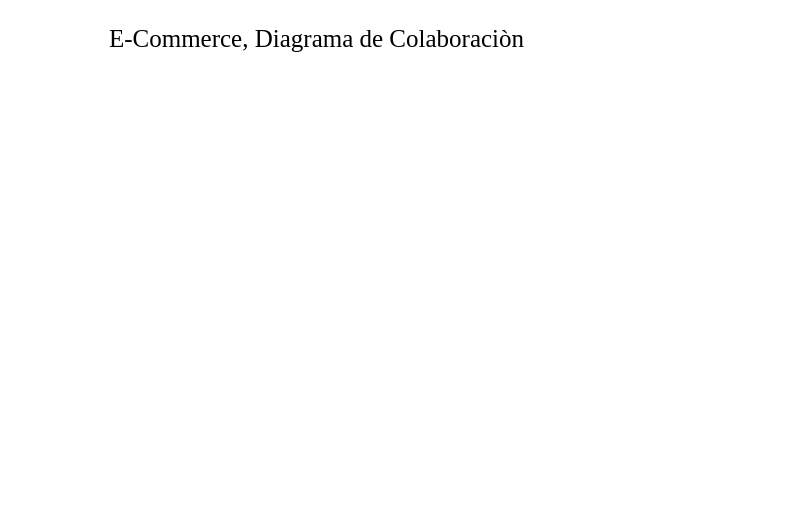
Above: page "Diagrama de Colaboraciòn" (3 of 5) of E-commerce.drawio in SamuelHerreraPerez/Laboratorio-Empresarial (draw.io), before the change. Source tidied: cells renumbered, new cells numbered last; positions are measured from the earlier drawing's top-left corner, leaving out a move shared by most shapes. Both pictures are drawn from the tidied source at 100%, with x=0, y=0 at pixel (99, 17).
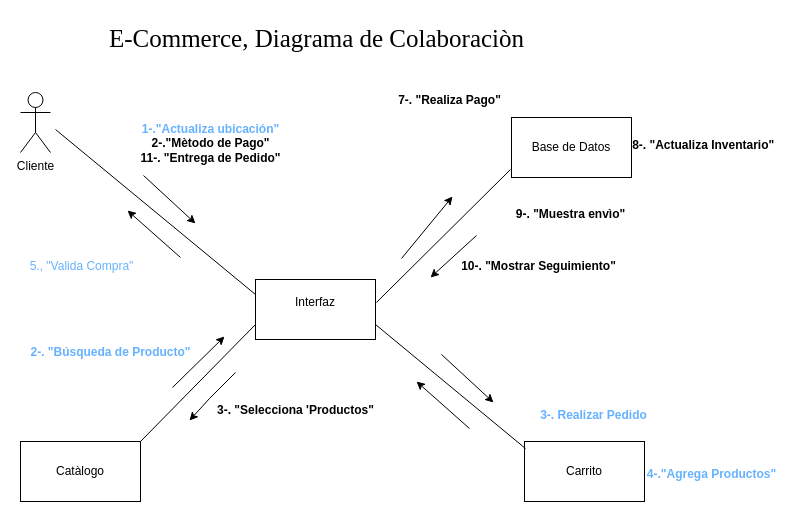
The same diagram, later.

What changed in the source:
```diff
@@
+    <mxCell id="3" value="Interfaz&lt;div&gt;&lt;br&gt;&lt;/div&gt;" style="rounded=0;whiteSpace=wrap;html=1;fillColor=none;" parent="1" vertex="1">
+      <mxGeometry x="156" y="262" width="120" height="60" as="geometry" />
+    </mxCell>
+    <mxCell id="4" value="&lt;div&gt;Base de Datos&lt;/div&gt;" style="rounded=0;whiteSpace=wrap;html=1;fillColor=none;" parent="1" vertex="1">
+      <mxGeometry x="412" y="100" width="120" height="60" as="geometry" />
+    </mxCell>
+    <mxCell id="5" value="&lt;div&gt;Catàlogo&lt;/div&gt;" style="rounded=0;whiteSpace=wrap;html=1;fillColor=none;" parent="1" vertex="1">
+      <mxGeometry x="-79" y="424" width="120" height="60" as="geometry" />
+    </mxCell>
+    <mxCell id="6" value="&lt;div&gt;Carrito&lt;/div&gt;" style="rounded=0;whiteSpace=wrap;html=1;fillColor=none;" parent="1" vertex="1">
+      <mxGeometry x="425" y="424" width="120" height="60" as="geometry" />
+    </mxCell>
+    <mxCell id="7" value="Cliente" style="shape=umlActor;verticalLabelPosition=bottom;verticalAlign=top;html=1;fillColor=none;" parent="1" vertex="1">
+      <mxGeometry x="-79" y="75" width="30" height="60" as="geometry" />
+    </mxCell>
+    <mxCell id="8" style="endArrow=none;html=1;rounded=0;entryX=0;entryY=0.25;entryDx=0;entryDy=0;fillColor=none;" parent="1" edge="1" target="3">
+      <mxGeometry relative="1" as="geometry">
+        <mxPoint x="-44" y="112" as="sourcePoint" />
+      </mxGeometry>
+    </mxCell>
+    <mxCell id="9" style="endArrow=none;html=1;rounded=0;exitX=1.008;exitY=0.383;exitDx=0;exitDy=0;exitPerimeter=0;fillColor=none;" parent="1" edge="1" source="3">
+      <mxGeometry relative="1" as="geometry">
+        <mxPoint x="411" y="152" as="targetPoint" />
+      </mxGeometry>
+    </mxCell>
+    <mxCell id="10" style="endArrow=none;html=1;rounded=0;entryX=0;entryY=0.75;entryDx=0;entryDy=0;exitX=1;exitY=0;exitDx=0;exitDy=0;fillColor=none;" parent="1" edge="1" source="5" target="3">
+      <mxGeometry relative="1" as="geometry" />
+    </mxCell>
+    <mxCell id="11" style="endArrow=none;html=1;rounded=0;entryX=0.008;entryY=0.117;entryDx=0;entryDy=0;exitX=1;exitY=0.75;exitDx=0;exitDy=0;entryPerimeter=0;fillColor=none;" parent="1" edge="1" source="3" target="6">
+      <mxGeometry relative="1" as="geometry" />
+    </mxCell>
+    <mxCell id="12" style="endArrow=classic;html=1;rounded=0;fillColor=none;" parent="1" edge="1">
+      <mxGeometry relative="1" as="geometry">
+        <mxPoint x="44" y="158" as="sourcePoint" />
+        <mxPoint x="96" y="206" as="targetPoint" />
+      </mxGeometry>
+    </mxCell>
+    <mxCell id="13" style="endArrow=classic;html=1;rounded=0;fillColor=none;" parent="1" edge="1">
+      <mxGeometry relative="1" as="geometry">
+        <mxPoint x="342" y="337" as="sourcePoint" />
+        <mxPoint x="394" y="385" as="targetPoint" />
+      </mxGeometry>
+    </mxCell>
+    <mxCell id="14" style="endArrow=classic;html=1;rounded=0;fillColor=none;" parent="1" edge="1">
+      <mxGeometry relative="1" as="geometry">
+        <mxPoint x="81" y="240" as="sourcePoint" />
+        <mxPoint x="28" y="193" as="targetPoint" />
+      </mxGeometry>
+    </mxCell>
+    <mxCell id="15" style="endArrow=classic;html=1;rounded=0;fillColor=none;" parent="1" edge="1">
+      <mxGeometry relative="1" as="geometry">
+        <mxPoint x="370" y="411" as="sourcePoint" />
+        <mxPoint x="317" y="364" as="targetPoint" />
+      </mxGeometry>
+    </mxCell>
+    <mxCell id="16" style="endArrow=classic;html=1;rounded=0;fillColor=none;" parent="1" edge="1">
+      <mxGeometry relative="1" as="geometry">
+        <mxPoint x="302" y="241" as="sourcePoint" />
+        <mxPoint x="353" y="179" as="targetPoint" />
+      </mxGeometry>
+    </mxCell>
+    <mxCell id="17" style="endArrow=classic;html=1;rounded=0;fillColor=none;" parent="1" edge="1">
+      <mxGeometry relative="1" as="geometry">
+        <mxPoint x="136" y="355" as="sourcePoint" />
+        <mxPoint x="90" y="403" as="targetPoint" />
+        <Array as="points">
+          <mxPoint x="110" y="381" />
+        </Array>
+      </mxGeometry>
+    </mxCell>
+    <mxCell id="18" style="endArrow=classic;html=1;rounded=0;fillColor=none;" parent="1" edge="1">
+      <mxGeometry relative="1" as="geometry">
+        <mxPoint x="377" y="218" as="sourcePoint" />
+        <mxPoint x="331" y="260" as="targetPoint" />
+      </mxGeometry>
+    </mxCell>
+    <mxCell id="19" style="endArrow=classic;html=1;rounded=0;fillColor=none;" parent="1" edge="1">
+      <mxGeometry relative="1" as="geometry">
+        <mxPoint x="73" y="370" as="sourcePoint" />
+        <mxPoint x="125" y="319" as="targetPoint" />
+      </mxGeometry>
+    </mxCell>
+    <mxCell id="20" value="&lt;font style=&quot;color: rgb(102, 178, 255);&quot;&gt;&lt;b&gt;1-.&quot;Actualiza ubicación&quot;&lt;/b&gt;&lt;/font&gt;&lt;br&gt;&lt;b&gt;2-.&quot;Mètodo de Pago&quot;&lt;br&gt;11-. &quot;Entrega de Pedido&quot;&lt;/b&gt;" style="text;html=1;align=center;verticalAlign=middle;fillColor=none;" parent="1" vertex="1">
+      <mxGeometry x="32" y="98" width="158" height="55" as="geometry" />
+    </mxCell>
+    <mxCell id="21" value="&lt;b&gt;7-. &quot;Realiza Pago&quot;&lt;/b&gt;" style="text;html=1;align=center;verticalAlign=middle;fillColor=none;" parent="1" vertex="1">
+      <mxGeometry x="289" y="70" width="121" height="26" as="geometry" />
+    </mxCell>
+    <mxCell id="22" value="&lt;b&gt;&amp;nbsp;8-. &quot;Actualiza Inventario&quot;&lt;/b&gt;" style="text;html=1;align=center;verticalAlign=middle;fillColor=none;" parent="1" vertex="1">
+      <mxGeometry x="520" y="115" width="163" height="26" as="geometry" />
+    </mxCell>
+    <mxCell id="23" value="&lt;b&gt;9-. &quot;Muestra envìo&quot;&lt;/b&gt;" style="text;html=1;align=center;verticalAlign=middle;fillColor=none;" parent="1" vertex="1">
+      <mxGeometry x="407" y="184" width="127" height="26" as="geometry" />
+    </mxCell>
+    <mxCell id="24" value="&lt;b&gt;10-. &quot;Mostrar Seguimiento&quot;&lt;/b&gt;" style="text;html=1;align=center;verticalAlign=middle;fillColor=none;" parent="1" vertex="1">
+      <mxGeometry x="352" y="236" width="173" height="26" as="geometry" />
+    </mxCell>
+    <mxCell id="25" value="&lt;font style=&quot;vertical-align: inherit; color: rgb(102, 178, 255);&quot;&gt;&lt;b&gt;3-. Realizar Pedido&lt;/b&gt;&lt;/font&gt;" style="text;html=1;align=center;verticalAlign=middle;fillColor=none;" parent="1" vertex="1">
+      <mxGeometry x="431" y="385" width="125" height="26" as="geometry" />
+    </mxCell>
+    <mxCell id="26" value="&lt;font style=&quot;color: rgb(102, 178, 255);&quot;&gt;&lt;b&gt;4-.&quot;Agrega Productos&quot;&lt;/b&gt;&lt;/font&gt;" style="text;html=1;align=center;verticalAlign=middle;fillColor=none;" parent="1" vertex="1">
+      <mxGeometry x="538" y="444" width="147" height="26" as="geometry" />
+    </mxCell>
+    <mxCell id="27" value="&lt;b&gt;3-. &quot;Selecciona 'Productos&quot;&lt;/b&gt;" style="text;html=1;align=center;verticalAlign=middle;fillColor=none;" parent="1" vertex="1">
+      <mxGeometry x="108" y="380" width="175" height="26" as="geometry" />
+    </mxCell>
+    <mxCell id="28" value="&lt;font style=&quot;vertical-align: inherit; color: rgb(102, 178, 255);&quot;&gt;&lt;b&gt;2-. &quot;Búsqueda&amp;nbsp;de Producto&quot;&lt;/b&gt;&lt;/font&gt;" style="text;html=1;align=center;verticalAlign=middle;fillColor=none;" parent="1" vertex="1">
+      <mxGeometry x="-78" y="322" width="178" height="26" as="geometry" />
+    </mxCell>
+    <mxCell id="29" value="&lt;font style=&quot;vertical-align: inherit; color: rgb(102, 178, 255);&quot;&gt;5., &quot;Valida Compra&quot;&lt;/font&gt;" style="text;html=1;align=center;verticalAlign=middle;fillColor=none;" parent="1" vertex="1">
+      <mxGeometry x="-79" y="236" width="122" height="26" as="geometry" />
+    </mxCell>
```
